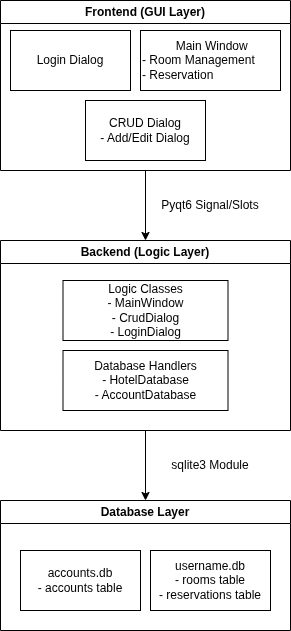
Earlier version of the draw.io export document/ArchitecureDiagram.drawio.png (euuii/StayBook). Source tidied: cells renumbered, new cells last; positions are measured from the earlier drawing's top-left corner, leaving out a move shared by most shapes.
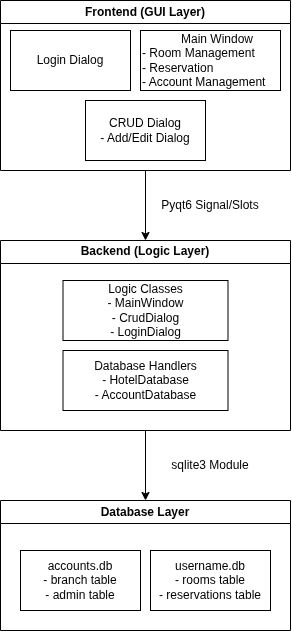
The same diagram one commit later.

Diff of the diagram source:
```diff
@@ -11,7 +11,7 @@
     <mxCell id="4" value="Login Dialog" style="rounded=0;whiteSpace=wrap;html=1;" parent="3" vertex="1">
       <mxGeometry x="10" y="30" width="120" height="60" as="geometry" />
     </mxCell>
-    <mxCell id="5" value="&lt;div style=&quot;text-align: center;&quot;&gt;&lt;span style=&quot;background-color: transparent; color: light-dark(rgb(0, 0, 0), rgb(255, 255, 255));&quot;&gt;&lt;span style=&quot;white-space: pre;&quot;&gt;&#9;&lt;/span&gt;Main Window&lt;/span&gt;&lt;/div&gt;&lt;div&gt;- Room Management&lt;/div&gt;&lt;div&gt;- Reservation&lt;/div&gt;" style="rounded=0;whiteSpace=wrap;html=1;align=left;" parent="3" vertex="1">
+    <mxCell id="5" value="&lt;div style=&quot;text-align: center;&quot;&gt;&lt;span style=&quot;background-color: transparent; color: light-dark(rgb(0, 0, 0), rgb(255, 255, 255));&quot;&gt;&lt;span style=&quot;white-space: pre;&quot;&gt;&#9;&lt;/span&gt;Main Window&lt;/span&gt;&lt;/div&gt;&lt;div&gt;- Room Management&lt;/div&gt;&lt;div&gt;- Reservation&lt;/div&gt;&lt;div&gt;- Account Management&lt;/div&gt;" style="rounded=0;whiteSpace=wrap;html=1;align=left;" parent="3" vertex="1">
       <mxGeometry x="140" y="30" width="140" height="60" as="geometry" />
     </mxCell>
     <mxCell id="6" value="CRUD Dialog&lt;div&gt;- Add/Edit Dialog&lt;/div&gt;" style="rounded=0;whiteSpace=wrap;html=1;" parent="3" vertex="1">
@@ -35,7 +35,7 @@
     <mxCell id="12" value="Database Layer" style="swimlane;whiteSpace=wrap;html=1;startSize=23;" parent="1" vertex="1">
       <mxGeometry y="500" width="290" height="130" as="geometry" />
     </mxCell>
-    <mxCell id="13" value="accounts.db&lt;div&gt;- accounts table&lt;/div&gt;" style="rounded=0;whiteSpace=wrap;html=1;" parent="12" vertex="1">
+    <mxCell id="13" value="accounts.db&lt;div&gt;- branch table&lt;/div&gt;&lt;div&gt;- admin table&lt;/div&gt;" style="rounded=0;whiteSpace=wrap;html=1;" parent="12" vertex="1">
       <mxGeometry x="20" y="50" width="120" height="60" as="geometry" />
     </mxCell>
     <mxCell id="14" value="username.db&lt;div&gt;- rooms table&lt;/div&gt;&lt;div&gt;- reservations table&lt;/div&gt;" style="rounded=0;whiteSpace=wrap;html=1;" parent="12" vertex="1">
```
